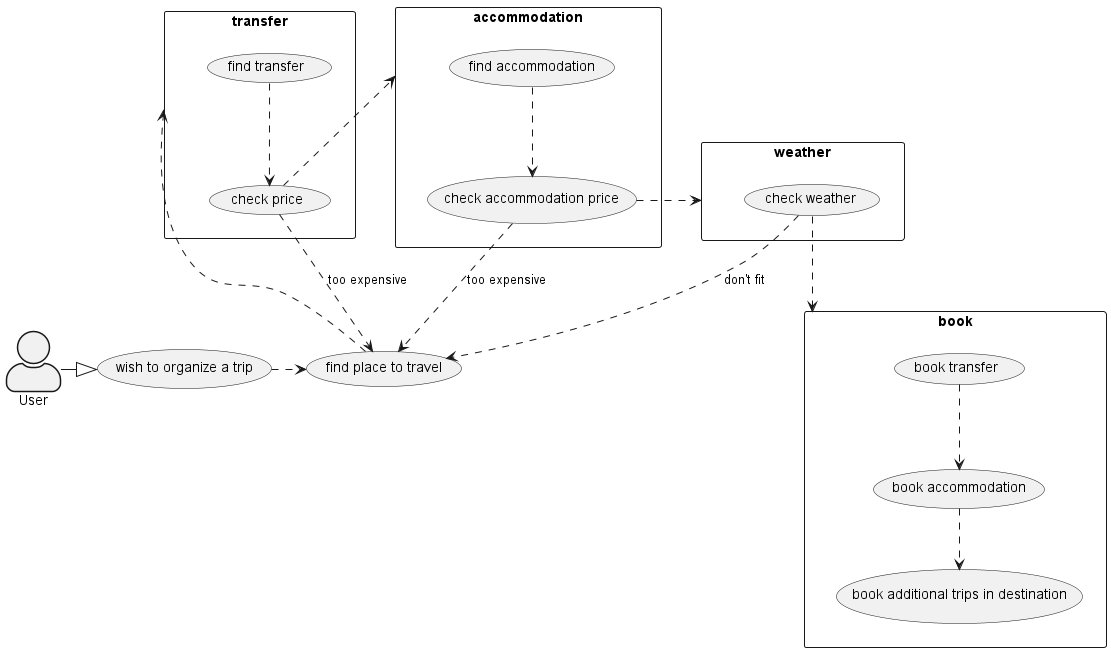
Kamil-IT/my-trip keeps this PlantUML diagram as doc/overview/organization_travel_use_case_v1.png. Above is the earlier version. The source it was exported from:
```plantuml
@startuml
skinparam actorStyle awesome
actor User

"wish to organize a trip" as (wish)
"find place to travel" as (place)


:User: -|> wish
wish .> (place)
place ..> transfer


rectangle transfer {
    "find transfer" as (transfer_find)
    "check price" as (transfer_check_price)

    transfer_find ..> transfer_check_price
    transfer_check_price ..> (accommodation)

    transfer_check_price ..> (place) : too expensive
}



rectangle accommodation {
    "find accommodation" as (accommodation_find)
    "check accommodation price" as (accommodation_check_price)

    accommodation_find ..> accommodation_check_price
    accommodation_check_price ..> (weather)

    accommodation_check_price ..> (place) : too expensive
}

rectangle weather {
    "check weather" as (weather_check)

    weather_check ..> (book)

    weather_check ..> (place) : don't fit
}

rectangle book {
    "book transfer" as (book_transfer)
    "book accommodation" as (book_accommodation)
    "book additional trips in destination" as (book_additional_trips)

    book_transfer ..> book_accommodation
    book_accommodation ..> book_additional_trips
}




@enduml
```
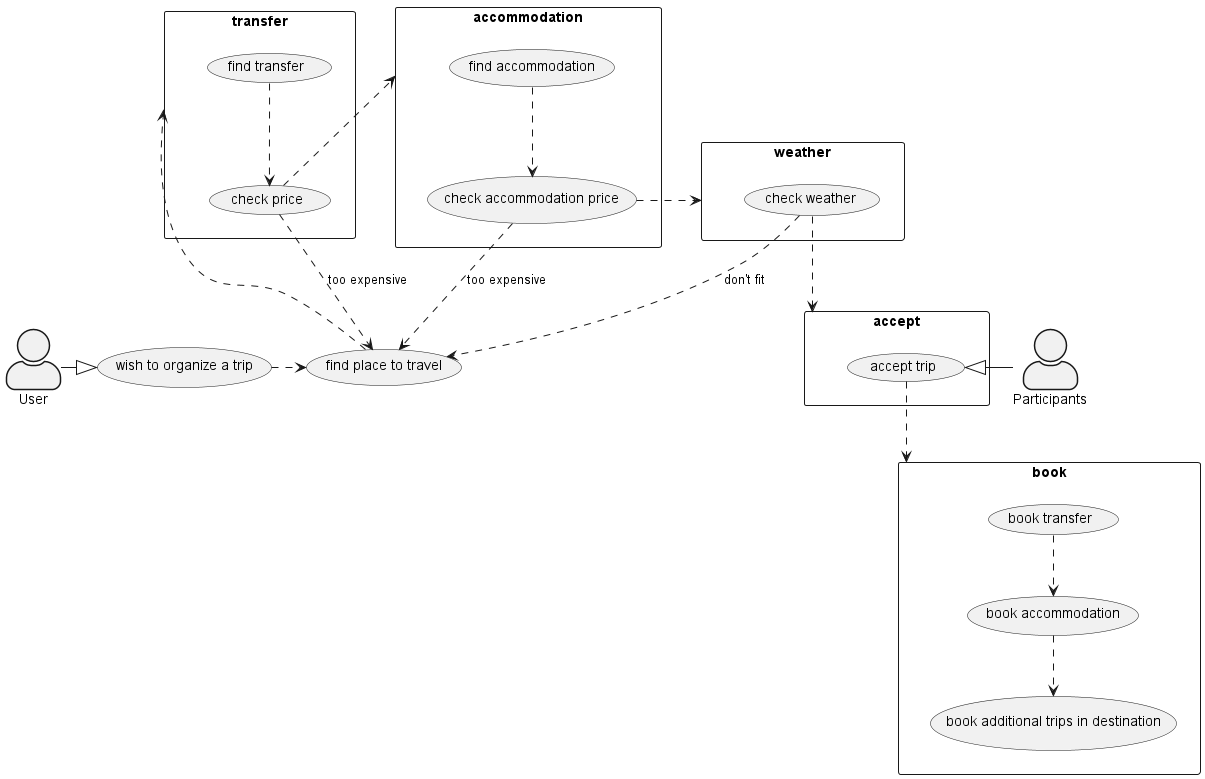
After the commit.

What changed in the source:
```diff
@@ -1,6 +1,7 @@
 @startuml
 skinparam actorStyle awesome
 actor User
+actor Participants
 
 "wish to organize a trip" as (wish)
 "find place to travel" as (place)
@@ -36,9 +37,16 @@
 rectangle weather {
     "check weather" as (weather_check)
 
-    weather_check ..> (book)
+    weather_check ..> (accept)
 
     weather_check ..> (place) : don't fit
+}
+
+rectangle accept {
+   "accept trip" as (trip_accept)
+
+   :Participants: -|> trip_accept
+   trip_accept ..> book
 }
 
 rectangle book {
```
